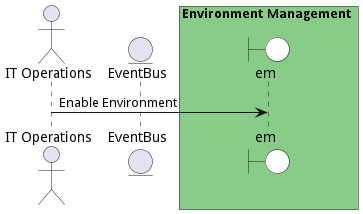
This is docs/edgemere/aml/ds/em/usecases/manageenvironment/EnableEnvironment.png from madajaju/edgemere, a PlantUML export, as it was before one commit. Source of this version:
```plantuml
@startuml

actor "IT Operations"


entity EventBus

box Environment Management #88cc88
    boundary em #white
end box



"IT Operations" -> em: Enable Environment



@enduml
```
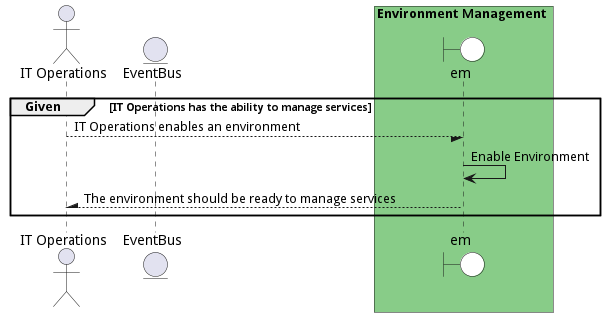
After the change.

The edit, as a diff of the source:
```diff
@@ -1,4 +1,5 @@
 @startuml
+
 
 actor "IT Operations"
 
@@ -10,9 +11,16 @@
 end box
 
 
+group Given [IT Operations has the ability to manage services]
 
-"IT Operations" -> em: Enable Environment
+"IT Operations" --/ em: IT Operations enables an environment
+"em" -> em: Enable Environment
 
 
 
+"IT Operations" /-- em: The environment should be ready to manage services
+
+
+end
+
 @enduml
```
